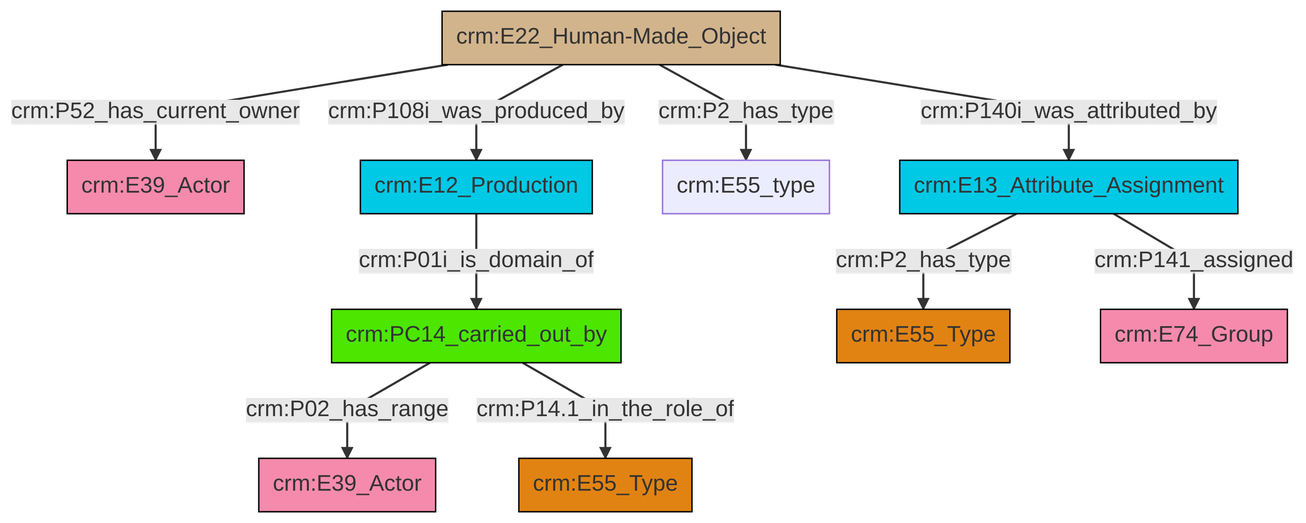
Above: et/builtWorkCSV/ttl/mmd/png/Built_Work_actor_relations.png in swiss-art-research-net/reference-data-models (Mermaid), before the change. Its source is kept beside it as et/builtWorkCSV/ttl/mmd/Built_Work_actor_relations.ttl.mmd.
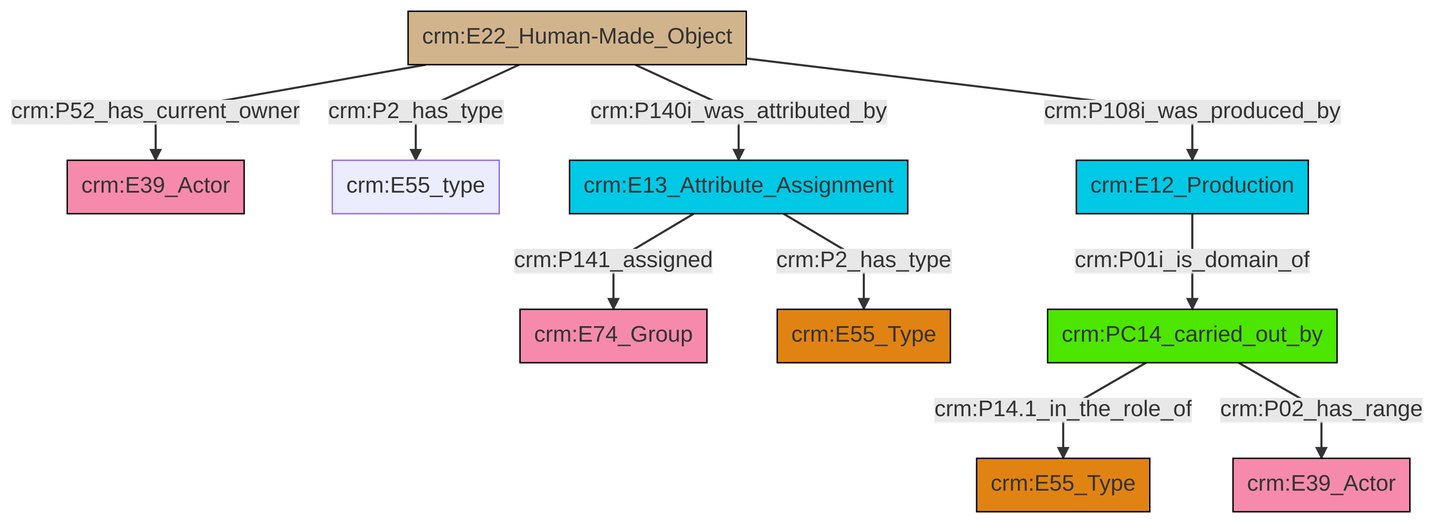
After the change.

Change to the diagram source:
```diff
@@ -13,12 +13,12 @@
 classDef PC_Classes fill:#4ce600, stroke:#000000;
 classDef Multi fill:#cccccc,stroke:#000000;
 
-0["crm:E22_Human-Made_Object"]:::Physical_Thing -->|crm:P52_has_current_owner| 1["crm:E39_Actor"]:::Actor
-6["crm:PC14_carried_out_by"]:::PC_Classes -->|crm:P02_has_range| 7["crm:E39_Actor"]:::Actor
-8["crm:E13_Attribute_Assignment"]:::Temporal_Entity -->|crm:P2_has_type| 2["crm:E55_Type"]:::Type
-6["crm:PC14_carried_out_by"]:::PC_Classes -->|crm:P14.1_in_the_role_of| 10["crm:E55_Type"]:::Type
-8["crm:E13_Attribute_Assignment"]:::Temporal_Entity -->|crm:P141_assigned| 14["crm:E74_Group"]:::Actor
-0["crm:E22_Human-Made_Object"]:::Physical_Thing -->|crm:P108i_was_produced_by| 4["crm:E12_Production"]:::Temporal_Entity
-0["crm:E22_Human-Made_Object"]:::Physical_Thing -->|crm:P2_has_type| 11["crm:E55_type"]:::Default
-0["crm:E22_Human-Made_Object"]:::Physical_Thing -->|crm:P140i_was_attributed_by| 8["crm:E13_Attribute_Assignment"]:::Temporal_Entity
-4["crm:E12_Production"]:::Temporal_Entity -->|crm:P01i_is_domain_of| 6["crm:PC14_carried_out_by"]:::PC_Classes
+0["crm:E13_Attribute_Assignment"]:::Temporal_Entity -->|crm:P141_assigned| 1["crm:E74_Group"]:::Actor
+2["crm:PC14_carried_out_by"]:::PC_Classes -->|crm:P14.1_in_the_role_of| 3["crm:E55_Type"]:::Type
+6["crm:E22_Human-Made_Object"]:::Physical_Thing -->|crm:P52_has_current_owner| 7["crm:E39_Actor"]:::Actor
+2["crm:PC14_carried_out_by"]:::PC_Classes -->|crm:P02_has_range| 8["crm:E39_Actor"]:::Actor
+6["crm:E22_Human-Made_Object"]:::Physical_Thing -->|crm:P2_has_type| 10["crm:E55_type"]:::Default
+6["crm:E22_Human-Made_Object"]:::Physical_Thing -->|crm:P140i_was_attributed_by| 0["crm:E13_Attribute_Assignment"]:::Temporal_Entity
+6["crm:E22_Human-Made_Object"]:::Physical_Thing -->|crm:P108i_was_produced_by| 13["crm:E12_Production"]:::Temporal_Entity
+13["crm:E12_Production"]:::Temporal_Entity -->|crm:P01i_is_domain_of| 2["crm:PC14_carried_out_by"]:::PC_Classes
+0["crm:E13_Attribute_Assignment"]:::Temporal_Entity -->|crm:P2_has_type| 4["crm:E55_Type"]:::Type
```
